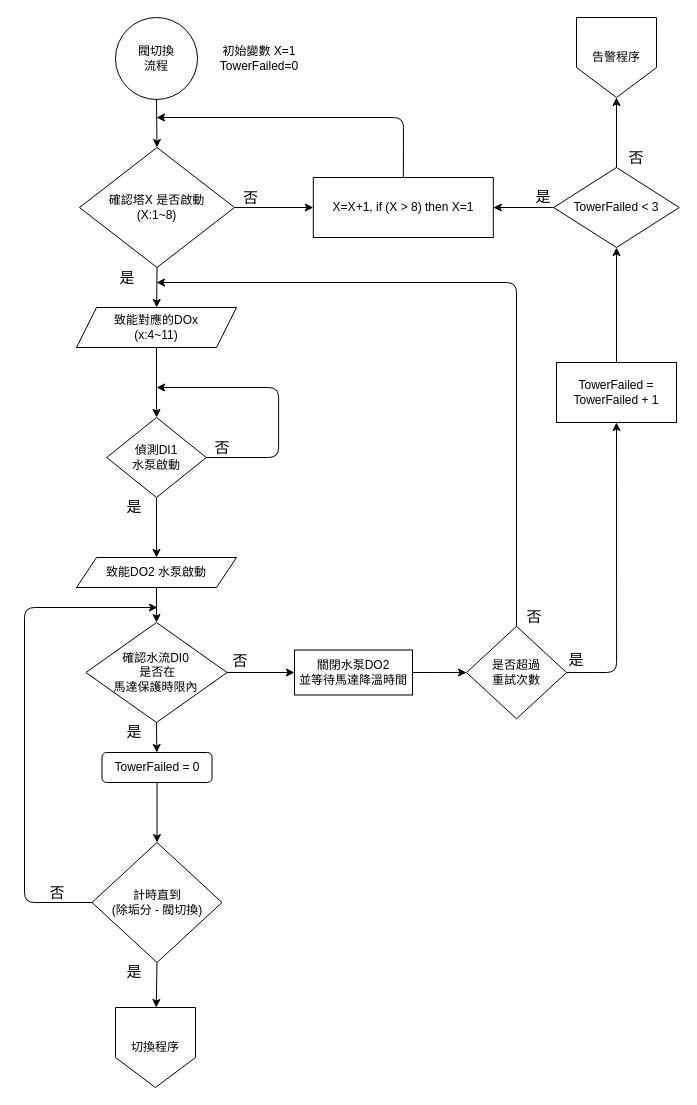
The draw.io diagram page "Page-1" (1 of 3) of Docs/ValveSwitch.drawio in KunYi/YS-H7PRO_MODBUS, before the edit. Source tidied: cells renumbered, new cells numbered last; positions are measured from the earlier drawing's top-left corner, leaving out a move shared by most shapes. Both pictures are drawn from the tidied source at 100%, with x=0, y=0 at pixel (24, 17).
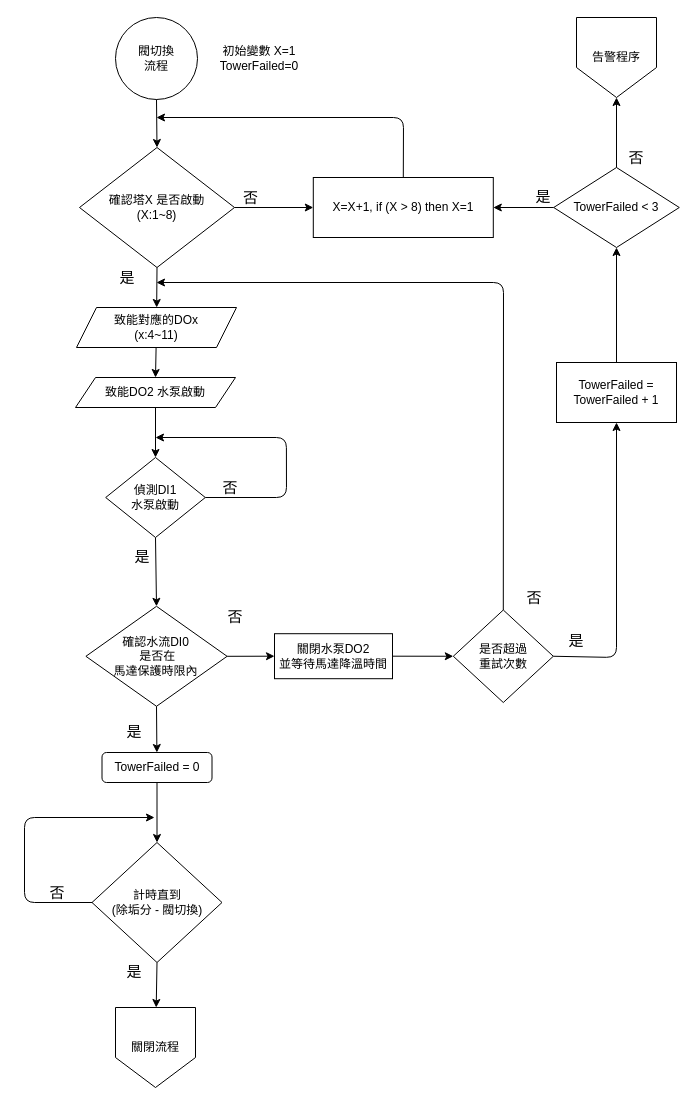
The same diagram, later.

Unchanged cells that the change refers to:
```xml
<mxCell id="3" value="致能對應的DOx&lt;br&gt;(x:4~11)" style="shape=parallelogram;perimeter=parallelogramPerimeter;whiteSpace=wrap;html=1;fixedSize=1;" parent="1" vertex="1">
  <mxGeometry x="52" y="290" width="160" height="40" as="geometry" />
</mxCell>
<mxCell id="20" value="TowerFailed = TowerFailed + 1" style="rounded=0;whiteSpace=wrap;html=1;" parent="1" vertex="1">
  <mxGeometry x="532" y="345" width="120" height="60" as="geometry" />
</mxCell>
<mxCell id="45" value="&lt;span&gt;計時直到&lt;br&gt;(除垢分 - 閥切換)&lt;/span&gt;" style="rhombus;whiteSpace=wrap;html=1;" parent="1" vertex="1">
  <mxGeometry x="67.5" y="825" width="130" height="120" as="geometry" />
</mxCell>
```

Change to the diagram source:
```diff
@@
+    <mxCell id="49" style="edgeStyle=none;html=1;entryX=0.5;entryY=0;entryDx=0;entryDy=0;" parent="1" edge="1" source="3" target="10">
+      <mxGeometry relative="1" as="geometry" />
+    </mxCell>
@@
+    <mxCell id="50" style="edgeStyle=none;html=1;exitX=0.5;exitY=1;exitDx=0;exitDy=0;entryX=0.5;entryY=0;entryDx=0;entryDy=0;" parent="1" edge="1" source="10" target="37">
+      <mxGeometry relative="1" as="geometry" />
+    </mxCell>
     <mxCell id="10" value="致能DO2 水泵啟動" style="shape=parallelogram;perimeter=parallelogramPerimeter;whiteSpace=wrap;html=1;fixedSize=1;" parent="1" vertex="1">
-      <mxGeometry x="52" y="540" width="160" height="30" as="geometry" />
+      <mxGeometry x="51" y="360" width="160" height="30" as="geometry" />
     </mxCell>
     <mxCell id="11" value="確認水流DI0&lt;br&gt;&amp;nbsp;是否在&lt;br&gt;馬達保護時限內" style="rhombus;whiteSpace=wrap;html=1;" parent="1" vertex="1">
-      <mxGeometry x="61.4" y="605" width="141.2" height="100" as="geometry" />
+      <mxGeometry x="61.4" y="588.8" width="141.2" height="100" as="geometry" />
     </mxCell>
     <mxCell id="12" value="關閉水泵DO2 &lt;br&gt;並等待馬達降溫時間" style="rounded=0;whiteSpace=wrap;html=1;" parent="1" vertex="1">
-      <mxGeometry x="270" y="632.5" width="118" height="45" as="geometry" />
+      <mxGeometry x="250" y="616.2" width="118" height="45" as="geometry" />
     </mxCell>
-    <mxCell id="13" style="endArrow=classic;html=1;entryX=0;entryY=0.5;entryDx=0;entryDy=0;" parent="1" edge="1" source="11" target="12">
-      <mxGeometry relative="1" as="geometry" />
-    </mxCell>
     <mxCell id="14" value="&lt;font style=&quot;font-size: 15px&quot;&gt;否&lt;/font&gt;" style="text;html=1;strokeColor=none;fillColor=none;align=center;verticalAlign=middle;whiteSpace=wrap;rounded=0;" parent="1" vertex="1">
-      <mxGeometry x="202.6" y="632.5" width="25.8" height="20" as="geometry" />
+      <mxGeometry x="197.5" y="588.8" width="25.8" height="20" as="geometry" />
     </mxCell>
     <mxCell id="15" value="是否超過&lt;br&gt;重試次數" style="rhombus;whiteSpace=wrap;html=1;" parent="1" vertex="1">
-      <mxGeometry x="442" y="608.8" width="100" height="92.5" as="geometry" />
+      <mxGeometry x="428.8" y="592.5" width="100" height="92.5" as="geometry" />
     </mxCell>
@@
     <mxCell id="17" value="&lt;font style=&quot;font-size: 15px&quot;&gt;是&lt;/font&gt;" style="text;html=1;strokeColor=none;fillColor=none;align=center;verticalAlign=middle;whiteSpace=wrap;rounded=0;" parent="1" vertex="1">
-      <mxGeometry x="542" y="632.5" width="20" height="18.8" as="geometry" />
+      <mxGeometry x="542" y="613.8" width="20" height="18.8" as="geometry" />
     </mxCell>
     <mxCell id="18" style="endArrow=classic;html=1;exitX=0.5;exitY=0;exitDx=0;exitDy=0;" parent="1" edge="1" source="15">
       <mxGeometry relative="1" as="geometry">
         <mxPoint x="132" y="265" as="targetPoint" />
         <Array as="points">
-          <mxPoint x="492" y="265" />
+          <mxPoint x="479" y="265" />
         </Array>
       </mxGeometry>
     </mxCell>
     <mxCell id="19" value="&lt;font style=&quot;font-size: 15px&quot;&gt;否&lt;/font&gt;" style="text;html=1;strokeColor=none;fillColor=none;align=center;verticalAlign=middle;whiteSpace=wrap;rounded=0;" parent="1" vertex="1">
-      <mxGeometry x="500" y="588.8" width="20" height="20" as="geometry" />
+      <mxGeometry x="500" y="570" width="20" height="20" as="geometry" />
     </mxCell>
@@
     <mxCell id="28" style="endArrow=classic;html=1;entryX=0.5;entryY=1;entryDx=0;entryDy=0;exitX=1;exitY=0.5;exitDx=0;exitDy=0;" parent="1" edge="1" source="15" target="20">
       <mxGeometry relative="1" as="geometry">
         <Array as="points">
-          <mxPoint x="592.1" y="655" />
+          <mxPoint x="592" y="640" />
         </Array>
       </mxGeometry>
     </mxCell>
@@
-    <mxCell id="34" value="&lt;span&gt;切換程序&lt;/span&gt;" style="shape=offPageConnector;whiteSpace=wrap;html=1;" parent="1" vertex="1">
+    <mxCell id="34" value="關閉流程" style="shape=offPageConnector;whiteSpace=wrap;html=1;" parent="1" vertex="1">
       <mxGeometry x="91" y="990" width="80" height="80" as="geometry" />
     </mxCell>
@@
-    <mxCell id="36" style="edgeStyle=none;html=1;exitX=0.5;exitY=1;exitDx=0;exitDy=0;entryX=0.5;entryY=0;entryDx=0;entryDy=0;" parent="1" edge="1" source="37" target="10">
-      <mxGeometry relative="1" as="geometry" />
-    </mxCell>
+    <mxCell id="51" style="edgeStyle=none;html=1;exitX=0.5;exitY=1;exitDx=0;exitDy=0;entryX=0.5;entryY=0;entryDx=0;entryDy=0;" parent="1" edge="1" source="37" target="11">
+      <mxGeometry relative="1" as="geometry" />
+    </mxCell>
     <mxCell id="37" value="偵測DI1&lt;br&gt;水泵啟動" style="rhombus;whiteSpace=wrap;html=1;" parent="1" vertex="1">
-      <mxGeometry x="82.2" y="400" width="99.6" height="80" as="geometry" />
+      <mxGeometry x="81.2" y="440" width="99.6" height="80" as="geometry" />
     </mxCell>
-    <mxCell id="38" style="endArrow=classic;html=1;exitX=0.5;exitY=1;exitDx=0;exitDy=0;entryX=0.5;entryY=0;entryDx=0;entryDy=0;" parent="1" edge="1" source="3" target="37">
-      <mxGeometry relative="1" as="geometry" />
-    </mxCell>
-    <mxCell id="39" style="endArrow=classic;html=1;exitX=0.5;exitY=1;exitDx=0;exitDy=0;entryX=0.5;entryY=0;entryDx=0;entryDy=0;" parent="1" edge="1" source="10" target="11">
-      <mxGeometry relative="1" as="geometry" />
-    </mxCell>
     <mxCell id="40" style="endArrow=classic;html=1;exitX=1;exitY=0.5;exitDx=0;exitDy=0;" parent="1" edge="1" source="37">
       <mxGeometry relative="1" as="geometry">
-        <mxPoint x="132.1" y="370" as="targetPoint" />
+        <mxPoint x="131" y="420" as="targetPoint" />
         <Array as="points">
-          <mxPoint x="254.1" y="440" />
-          <mxPoint x="254.1" y="370" />
+          <mxPoint x="262" y="480" />
+          <mxPoint x="261.9" y="420" />
         </Array>
       </mxGeometry>
     </mxCell>
     <mxCell id="41" value="&lt;font style=&quot;font-size: 15px&quot;&gt;是&lt;/font&gt;" style="text;html=1;strokeColor=none;fillColor=none;align=center;verticalAlign=middle;whiteSpace=wrap;rounded=0;" parent="1" vertex="1">
-      <mxGeometry x="100" y="480" width="20" height="18.8" as="geometry" />
+      <mxGeometry x="107.8" y="530" width="20" height="18.8" as="geometry" />
     </mxCell>
     <mxCell id="42" value="&lt;font style=&quot;font-size: 15px&quot;&gt;否&lt;/font&gt;" style="text;html=1;strokeColor=none;fillColor=none;align=center;verticalAlign=middle;whiteSpace=wrap;rounded=0;" parent="1" vertex="1">
-      <mxGeometry x="187.5" y="420" width="20" height="20" as="geometry" />
+      <mxGeometry x="196.1" y="460" width="20" height="20" as="geometry" />
     </mxCell>
@@
     <mxCell id="44" style="edgeStyle=none;html=1;" parent="1" edge="1" source="45">
       <mxGeometry relative="1" as="geometry">
-        <mxPoint x="133" y="590" as="targetPoint" />
+        <mxPoint x="130" y="800" as="targetPoint" />
         <Array as="points">
           <mxPoint y="885" />
-          <mxPoint y="590" />
+          <mxPoint y="800" />
         </Array>
       </mxGeometry>
     </mxCell>
@@
+    <mxCell id="13" style="endArrow=classic;html=1;exitX=1;exitY=0.5;exitDx=0;exitDy=0;entryX=0;entryY=0.5;entryDx=0;entryDy=0;" parent="1" edge="1" source="11" target="12">
+      <mxGeometry relative="1" as="geometry" />
+    </mxCell>
```
